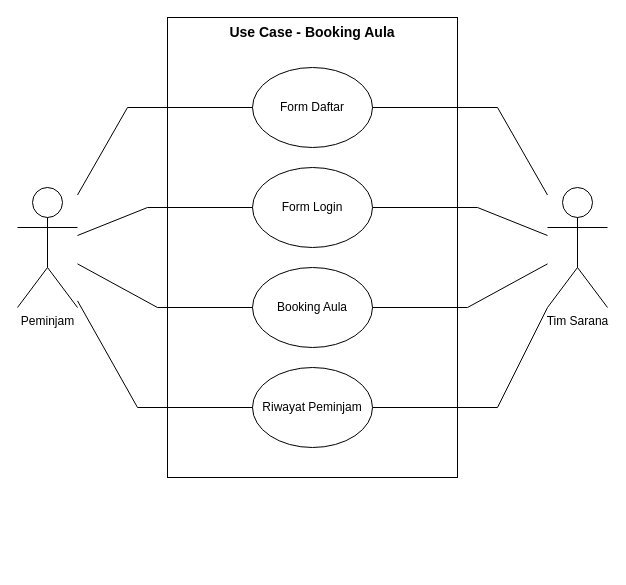
Earlier version of the draw.io diagram page "usecase" (4 of 7) of alur-bisnis.drawio (ZulpaAgustin/BookNow). Source tidied: cells renumbered, new cells numbered last; positions are measured from the earlier drawing's top-left corner, leaving out a move shared by most shapes. Both pictures are drawn from the tidied source at 100%, with x=0, y=0 at pixel (17, 17).
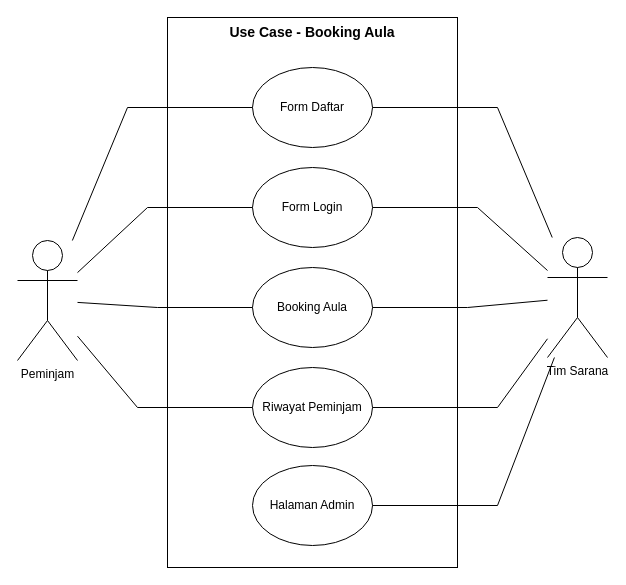
Above is the later version.

The edit, as a diff of the source:
```diff
@@
     <mxCell id="2" value="Use Case - Booking Aula" style="rounded=0;whiteSpace=wrap;html=1;verticalAlign=top;fontSize=14;fontStyle=1;" parent="1" vertex="1">
-      <mxGeometry x="150" width="290" height="460" as="geometry" />
+      <mxGeometry x="150" width="290" height="550" as="geometry" />
     </mxCell>
     <mxCell id="3" value="Peminjam" style="shape=umlActor;verticalLabelPosition=bottom;verticalAlign=top;html=1;outlineConnect=0;" parent="1" vertex="1">
-      <mxGeometry y="170" width="60" height="120" as="geometry" />
+      <mxGeometry y="223" width="60" height="120" as="geometry" />
     </mxCell>
     <mxCell id="4" value="Tim Sarana" style="shape=umlActor;verticalLabelPosition=bottom;verticalAlign=top;html=1;outlineConnect=0;" parent="1" vertex="1">
-      <mxGeometry x="530" y="170" width="60" height="120" as="geometry" />
+      <mxGeometry x="530" y="220" width="60" height="120" as="geometry" />
     </mxCell>
@@
+    <mxCell id="17" value="Halaman Admin" style="ellipse;whiteSpace=wrap;html=1;" parent="1" vertex="1">
+      <mxGeometry x="235" y="448" width="120" height="80" as="geometry" />
+    </mxCell>
+    <mxCell id="18" style="endArrow=none;html=1;rounded=0;" parent="1" edge="1" source="17" target="4">
+      <mxGeometry relative="1" as="geometry">
+        <Array as="points">
+          <mxPoint x="480" y="488" />
+        </Array>
+      </mxGeometry>
+    </mxCell>
```
